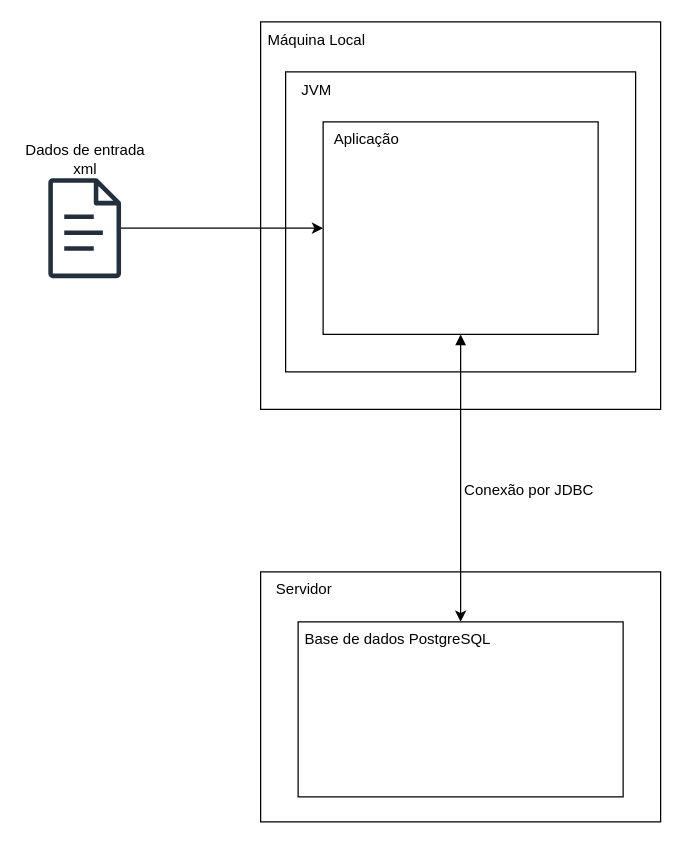
Before: diagramas/diagrama_de_blocos.drawio in RRamos19/Master-Thesis, a draw.io diagram. Source tidied: cells renumbered, new cells numbered last; positions are measured from the earlier drawing's top-left corner, leaving out a move shared by most shapes. Both pictures are drawn from the tidied source at 125%, with x=0, y=0 at pixel (20, 21).
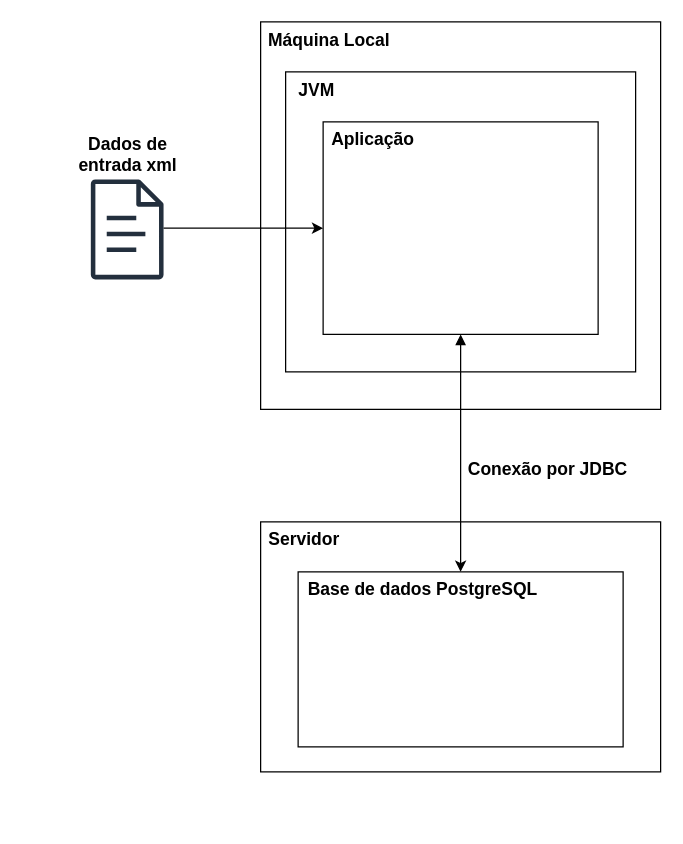
Above is the later version.

Unchanged cells that the change refers to:
```xml
<mxCell id="3" style="group;" parent="1" vertex="1">
  <mxGeometry x="192" width="320" height="310" as="geometry" />
</mxCell>
<mxCell id="6" style="group;" parent="3" vertex="1">
  <mxGeometry x="20" y="40" width="280" height="240" as="geometry" />
</mxCell>
<mxCell id="9" style="rounded=0;whiteSpace=wrap;html=1;" parent="6" vertex="1">
  <mxGeometry x="30" y="40" width="220" height="170" as="geometry" />
</mxCell>
<mxCell id="14" style="rounded=0;whiteSpace=wrap;html=1;" parent="11" vertex="1">
  <mxGeometry x="30" y="40" width="260" height="140" as="geometry" />
</mxCell>
```

What changed in the source:
```diff
@@
     <mxCell id="2" style="sketch=0;outlineConnect=0;fontColor=#232F3E;gradientColor=none;fillColor=#232F3D;strokeColor=none;dashed=0;verticalLabelPosition=bottom;verticalAlign=top;align=center;html=1;fontSize=12;fontStyle=0;shape=mxgraph.aws4.document;" parent="1" vertex="1">
-      <mxGeometry x="22" y="125" width="58.5" height="80" as="geometry" />
+      <mxGeometry x="56" y="126" width="58.5" height="80" as="geometry" />
     </mxCell>
@@
-    <mxCell id="5" value="Máquina Local" style="text;html=1;align=center;verticalAlign=middle;whiteSpace=wrap;rounded=0;" parent="3" vertex="1">
-      <mxGeometry width="90" height="30" as="geometry" />
+    <mxCell id="5" value="Máquina Local" style="text;html=1;align=center;verticalAlign=middle;whiteSpace=wrap;rounded=0;fontSize=14;fontStyle=1;" parent="3" vertex="1">
+      <mxGeometry width="110" height="30" as="geometry" />
     </mxCell>
@@
-    <mxCell id="8" value="JVM" style="text;html=1;align=center;verticalAlign=middle;whiteSpace=wrap;rounded=0;" parent="6" vertex="1">
+    <mxCell id="8" value="JVM" style="text;html=1;align=center;verticalAlign=middle;whiteSpace=wrap;rounded=0;fontSize=14;fontStyle=1;" parent="6" vertex="1">
       <mxGeometry width="50" height="30" as="geometry" />
     </mxCell>
@@
-    <mxCell id="10" value="Aplicação" style="text;html=1;align=center;verticalAlign=middle;whiteSpace=wrap;rounded=0;" parent="6" vertex="1">
-      <mxGeometry x="30" y="40" width="70" height="28.6" as="geometry" />
+    <mxCell id="10" value="Aplicação" style="text;html=1;align=center;verticalAlign=middle;whiteSpace=wrap;rounded=0;fontSize=14;fontStyle=1;" parent="6" vertex="1">
+      <mxGeometry x="30" y="40" width="80" height="28.6" as="geometry" />
     </mxCell>
     <mxCell id="11" style="group;" parent="1" vertex="1">
-      <mxGeometry x="192" y="440" width="320" height="200" as="geometry" />
+      <mxGeometry x="192" y="400" width="320" height="200" as="geometry" />
     </mxCell>
@@
-    <mxCell id="13" value="Servidor" style="text;html=1;align=center;verticalAlign=middle;whiteSpace=wrap;rounded=0;" parent="11" vertex="1">
+    <mxCell id="13" value="Servidor" style="text;html=1;align=center;verticalAlign=middle;whiteSpace=wrap;rounded=0;fontStyle=1;fontSize=14;" parent="11" vertex="1">
       <mxGeometry width="70" height="28.6" as="geometry" />
     </mxCell>
@@
-    <mxCell id="15" value="Base de dados PostgreSQL" style="text;html=1;align=center;verticalAlign=middle;whiteSpace=wrap;rounded=0;" parent="11" vertex="1">
-      <mxGeometry x="30" y="40" width="160" height="28.6" as="geometry" />
+    <mxCell id="15" value="Base de dados PostgreSQL" style="text;html=1;align=center;verticalAlign=middle;whiteSpace=wrap;rounded=0;fontStyle=1;fontSize=14;" parent="11" vertex="1">
+      <mxGeometry x="30" y="40" width="200" height="28.6" as="geometry" />
     </mxCell>
-    <mxCell id="16" style="endArrow=block;html=1;rounded=0;startArrow=classic;startFill=1;endFill=1;" parent="1" edge="1" source="14" target="9">
+    <mxCell id="16" style="endArrow=block;html=1;rounded=0;startArrow=classic;startFill=1;endFill=1;edgeStyle=orthogonalEdgeStyle;" parent="1" edge="1" source="14" target="9">
       <mxGeometry relative="1" as="geometry" />
     </mxCell>
-    <mxCell id="17" style="endArrow=none;html=1;rounded=0;startArrow=classic;startFill=1;" parent="1" edge="1" source="9" target="2">
-      <mxGeometry relative="1" as="geometry" />
+    <mxCell id="17" style="endArrow=none;html=1;rounded=0;startArrow=classic;startFill=1;edgeStyle=orthogonalEdgeStyle;" parent="1" edge="1" source="9" target="2">
+      <mxGeometry relative="1" as="geometry">
+        <Array as="points">
+          <mxPoint x="152" y="165" />
+          <mxPoint x="152" y="165" />
+        </Array>
+      </mxGeometry>
     </mxCell>
-    <mxCell id="18" value="Dados de entrada xml" style="text;html=1;align=center;verticalAlign=middle;whiteSpace=wrap;rounded=0;" parent="1" vertex="1">
-      <mxGeometry x="0.5" y="95" width="101.5" height="30" as="geometry" />
+    <mxCell id="18" value="Dados de entrada xml" style="text;html=1;align=center;verticalAlign=middle;whiteSpace=wrap;rounded=0;fontSize=14;fontStyle=1;" parent="1" vertex="1">
+      <mxGeometry x="29.5" y="91" width="111.5" height="30" as="geometry" />
     </mxCell>
-    <mxCell id="19" value="Conexão por JDBC" style="text;html=1;align=center;verticalAlign=middle;whiteSpace=wrap;rounded=0;" parent="1" vertex="1">
-      <mxGeometry x="352" y="360" width="110" height="30" as="geometry" />
+    <mxCell id="19" value="Conexão por JDBC" style="text;html=1;align=center;verticalAlign=middle;whiteSpace=wrap;rounded=0;fontSize=14;fontStyle=1;" parent="1" vertex="1">
+      <mxGeometry x="352" y="343" width="140" height="30" as="geometry" />
     </mxCell>
```
